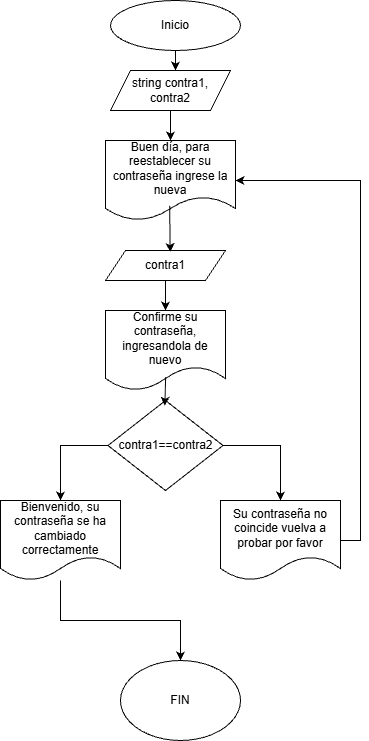
Earlier version of the draw.io export Ejercicios if nivel dificil/Flujogramas/Flujograma Ejerrcicio18.drawio.png (juanjo-guerra/FDP_Tarea). Source tidied: cells renumbered, new cells last; positions are measured from the earlier drawing's top-left corner, leaving out a move shared by most shapes. Source of this version:
```xml
<mxGraphModel>
  <root>
    <mxCell id="0" />
    <mxCell id="1" parent="0" />
    <mxCell id="2" value="Inicio" style="ellipse;whiteSpace=wrap;html=1;" parent="1" vertex="1">
      <mxGeometry x="110" width="130" height="50" as="geometry" />
    </mxCell>
    <mxCell id="3" style="edgeStyle=orthogonalEdgeStyle;rounded=0;jettySize=auto;html=1;entryX=0.5;entryY=0;entryDx=0;entryDy=0;" parent="1" edge="1" source="4" target="6">
      <mxGeometry relative="1" as="geometry" />
    </mxCell>
    <mxCell id="4" value="string contra1, contra2" style="shape=parallelogram;perimeter=parallelogramPerimeter;whiteSpace=wrap;html=1;fixedSize=1;" parent="1" vertex="1">
      <mxGeometry x="110" y="70" width="120" height="40" as="geometry" />
    </mxCell>
    <mxCell id="5" style="edgeStyle=orthogonalEdgeStyle;rounded=0;jettySize=auto;html=1;entryX=0.545;entryY=0.018;entryDx=0;entryDy=0;entryPerimeter=0;" parent="1" edge="1" source="2" target="4">
      <mxGeometry relative="1" as="geometry" />
    </mxCell>
    <mxCell id="6" value="Buen día, para reestablecer su contraseña ingrese la nueva" style="shape=document;whiteSpace=wrap;html=1;boundedLbl=1;" parent="1" vertex="1">
      <mxGeometry x="105" y="140" width="130" height="80" as="geometry" />
    </mxCell>
    <mxCell id="7" style="edgeStyle=orthogonalEdgeStyle;rounded=0;jettySize=auto;html=1;entryX=0.5;entryY=0;entryDx=0;entryDy=0;" parent="1" edge="1" source="8" target="10">
      <mxGeometry relative="1" as="geometry" />
    </mxCell>
    <mxCell id="8" value="contra1" style="shape=parallelogram;perimeter=parallelogramPerimeter;whiteSpace=wrap;html=1;fixedSize=1;" parent="1" vertex="1">
      <mxGeometry x="105" y="250" width="120" height="30" as="geometry" />
    </mxCell>
    <mxCell id="9" style="edgeStyle=orthogonalEdgeStyle;rounded=0;jettySize=auto;html=1;entryX=0.541;entryY=0.053;entryDx=0;entryDy=0;entryPerimeter=0;exitX=0.495;exitY=0.816;exitDx=0;exitDy=0;exitPerimeter=0;" parent="1" edge="1" source="6" target="8">
      <mxGeometry relative="1" as="geometry" />
    </mxCell>
    <mxCell id="10" value="Confirme su contraseña, ingresandola de nuevo" style="shape=document;whiteSpace=wrap;html=1;boundedLbl=1;" parent="1" vertex="1">
      <mxGeometry x="105" y="310" width="120" height="80" as="geometry" />
    </mxCell>
    <mxCell id="11" style="edgeStyle=orthogonalEdgeStyle;rounded=0;jettySize=auto;html=1;entryX=0.5;entryY=0;entryDx=0;entryDy=0;exitX=0;exitY=0.5;exitDx=0;exitDy=0;" parent="1" edge="1" source="13" target="16">
      <mxGeometry relative="1" as="geometry" />
    </mxCell>
    <mxCell id="12" style="edgeStyle=orthogonalEdgeStyle;rounded=0;jettySize=auto;html=1;exitX=1;exitY=0.5;exitDx=0;exitDy=0;" parent="1" edge="1" source="13" target="18">
      <mxGeometry relative="1" as="geometry" />
    </mxCell>
    <mxCell id="13" value="contra1==contra2" style="rhombus;whiteSpace=wrap;html=1;" parent="1" vertex="1">
      <mxGeometry x="107.5" y="400" width="115" height="90" as="geometry" />
    </mxCell>
    <mxCell id="14" style="edgeStyle=orthogonalEdgeStyle;rounded=0;jettySize=auto;html=1;entryX=0.495;entryY=0.059;entryDx=0;entryDy=0;entryPerimeter=0;exitX=0.501;exitY=0.835;exitDx=0;exitDy=0;exitPerimeter=0;" parent="1" edge="1" source="10" target="13">
      <mxGeometry relative="1" as="geometry" />
    </mxCell>
    <mxCell id="15" style="edgeStyle=orthogonalEdgeStyle;rounded=0;jettySize=auto;html=1;" parent="1" edge="1" source="16" target="19">
      <mxGeometry relative="1" as="geometry" />
    </mxCell>
    <mxCell id="16" value="Bienvenido, su contraseña se ha cambiado correctamente" style="shape=document;whiteSpace=wrap;html=1;boundedLbl=1;" parent="1" vertex="1">
      <mxGeometry y="500" width="120" height="80" as="geometry" />
    </mxCell>
    <mxCell id="17" style="edgeStyle=orthogonalEdgeStyle;rounded=0;jettySize=auto;html=1;entryX=1;entryY=0.5;entryDx=0;entryDy=0;exitX=1;exitY=0.5;exitDx=0;exitDy=0;" parent="1" edge="1" source="18" target="6">
      <mxGeometry relative="1" as="geometry" />
    </mxCell>
    <mxCell id="18" value="Su contraseña no coincide vuelva a probar por favor" style="shape=document;whiteSpace=wrap;html=1;boundedLbl=1;" parent="1" vertex="1">
      <mxGeometry x="220" y="500" width="120" height="80" as="geometry" />
    </mxCell>
    <mxCell id="19" value="FIN" style="ellipse;whiteSpace=wrap;html=1;" parent="1" vertex="1">
      <mxGeometry x="120" y="660" width="120" height="80" as="geometry" />
    </mxCell>
  </root>
</mxGraphModel>
```
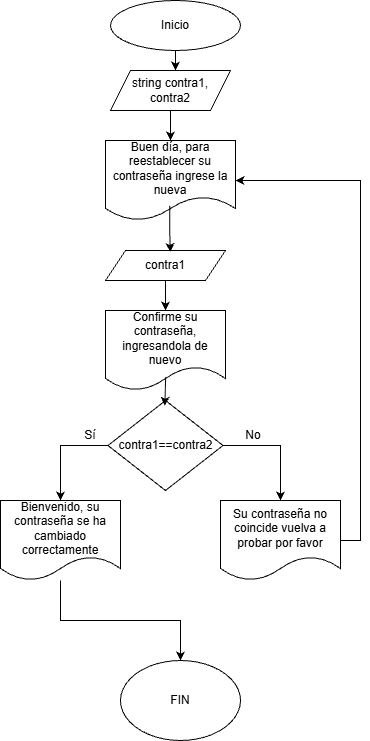
The same file after the commit.

Diff of the diagram source:
```diff
@@ -56,5 +56,11 @@
     <mxCell id="19" value="FIN" style="ellipse;whiteSpace=wrap;html=1;" parent="1" vertex="1">
       <mxGeometry x="120" y="660" width="120" height="80" as="geometry" />
     </mxCell>
+    <mxCell id="20" value="Sí" style="text;html=1;whiteSpace=wrap;strokeColor=none;fillColor=none;align=center;verticalAlign=middle;rounded=0;" parent="1" vertex="1">
+      <mxGeometry x="60" y="420" width="60" height="30" as="geometry" />
+    </mxCell>
+    <mxCell id="21" value="No" style="text;html=1;whiteSpace=wrap;strokeColor=none;fillColor=none;align=center;verticalAlign=middle;rounded=0;" parent="1" vertex="1">
+      <mxGeometry x="222.5" y="420" width="60" height="30" as="geometry" />
+    </mxCell>
   </root>
 </mxGraphModel>
```
